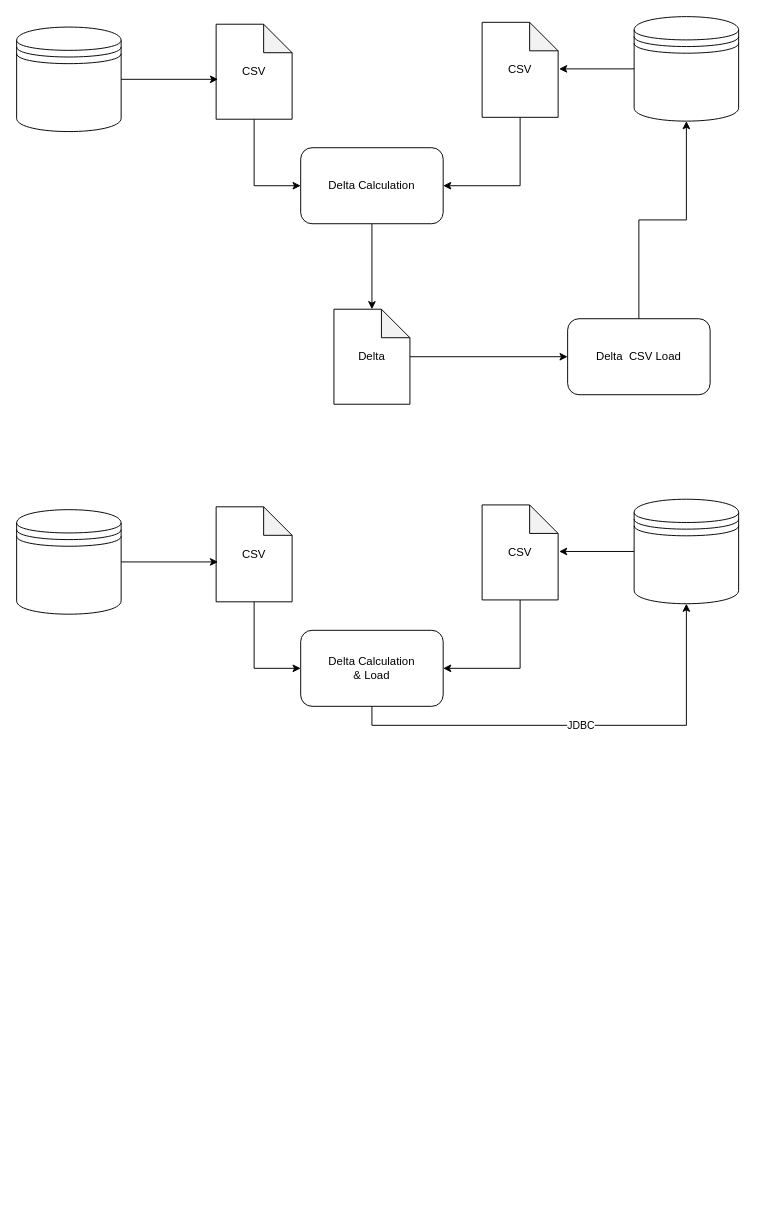
Before: Untitled Diagram.drawio in enns/drawio, a draw.io diagram. Source tidied: cells renumbered, new cells numbered last; positions are measured from the earlier drawing's top-left corner, leaving out a move shared by most shapes. Both pictures are drawn from the tidied source at 95%, with x=0, y=0 at pixel (16, 16).
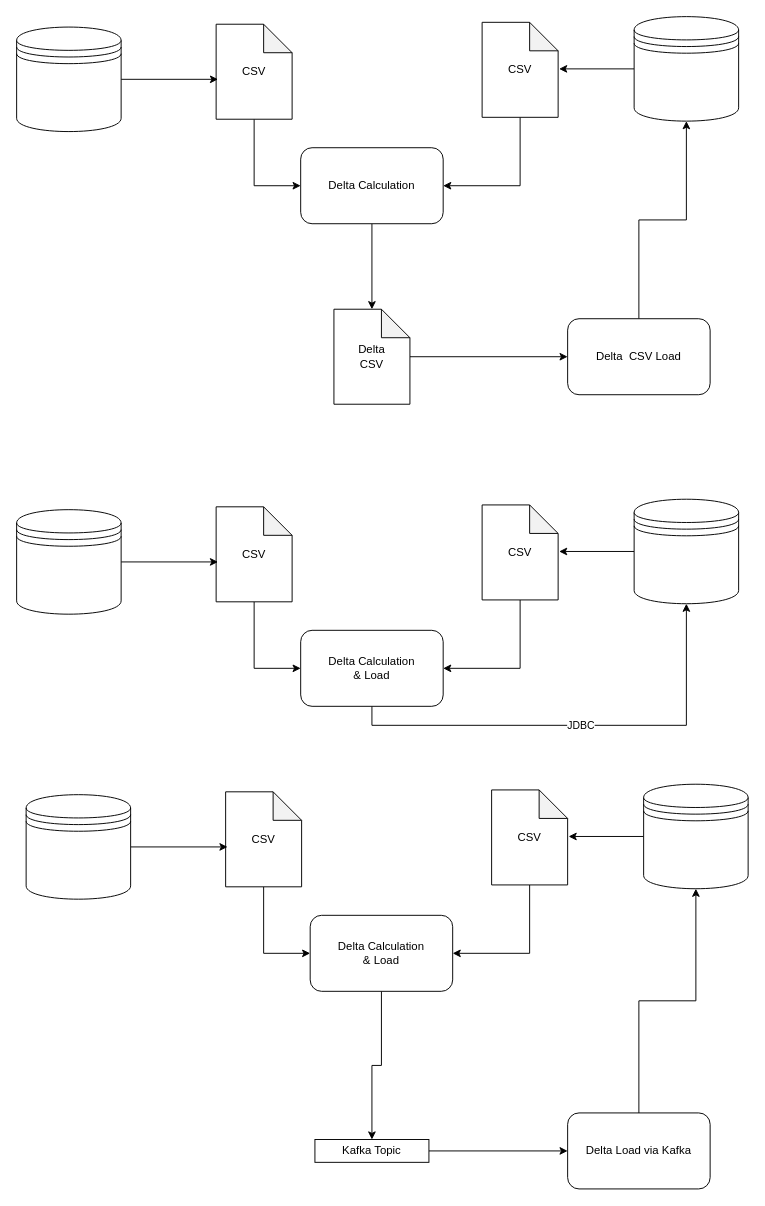
After the change.

The edit, as a diff of the source:
```diff
@@
-    <mxCell id="7" value="Delta" style="shape=note;whiteSpace=wrap;html=1;backgroundOutline=1;darkOpacity=0.05;" parent="1" vertex="1">
+    <mxCell id="7" value="Delta&lt;br&gt;CSV" style="shape=note;whiteSpace=wrap;html=1;backgroundOutline=1;darkOpacity=0.05;" parent="1" vertex="1">
       <mxGeometry x="334" y="308" width="80" height="100" as="geometry" />
     </mxCell>
@@
+    <mxCell id="26" style="edgeStyle=orthogonalEdgeStyle;rounded=0;jettySize=auto;html=1;entryX=0;entryY=0.5;entryDx=0;entryDy=0;exitX=0.5;exitY=1;exitDx=0;exitDy=0;exitPerimeter=0;" parent="1" edge="1" source="27" target="35">
+      <mxGeometry relative="1" as="geometry" />
+    </mxCell>
+    <mxCell id="27" value="CSV" style="shape=note;whiteSpace=wrap;html=1;backgroundOutline=1;darkOpacity=0.05;" parent="1" vertex="1">
+      <mxGeometry x="220" y="816" width="80" height="100" as="geometry" />
+    </mxCell>
+    <mxCell id="28" style="edgeStyle=orthogonalEdgeStyle;rounded=0;jettySize=auto;html=1;entryX=1;entryY=0.5;entryDx=0;entryDy=0;exitX=0.5;exitY=1;exitDx=0;exitDy=0;exitPerimeter=0;" parent="1" edge="1" source="29" target="35">
+      <mxGeometry relative="1" as="geometry" />
+    </mxCell>
+    <mxCell id="29" value="CSV" style="shape=note;whiteSpace=wrap;html=1;backgroundOutline=1;darkOpacity=0.05;" parent="1" vertex="1">
+      <mxGeometry x="500" y="814" width="80" height="100" as="geometry" />
+    </mxCell>
+    <mxCell id="30" style="edgeStyle=orthogonalEdgeStyle;rounded=0;jettySize=auto;html=1;entryX=0.025;entryY=0.58;entryDx=0;entryDy=0;entryPerimeter=0;" parent="1" edge="1" source="31" target="27">
+      <mxGeometry relative="1" as="geometry" />
+    </mxCell>
+    <mxCell id="31" style="shape=datastore;whiteSpace=wrap;html=1;" parent="1" vertex="1">
+      <mxGeometry x="10" y="819" width="110" height="110" as="geometry" />
+    </mxCell>
+    <mxCell id="32" style="edgeStyle=orthogonalEdgeStyle;rounded=0;jettySize=auto;html=1;entryX=1.013;entryY=0.49;entryDx=0;entryDy=0;entryPerimeter=0;" parent="1" edge="1" source="33" target="29">
+      <mxGeometry relative="1" as="geometry" />
+    </mxCell>
+    <mxCell id="33" style="shape=datastore;whiteSpace=wrap;html=1;" parent="1" vertex="1">
+      <mxGeometry x="660" y="808" width="110" height="110" as="geometry" />
+    </mxCell>
+    <mxCell id="34" style="edgeStyle=orthogonalEdgeStyle;rounded=0;jettySize=auto;html=1;entryX=0.5;entryY=0;entryDx=0;entryDy=0;" parent="1" edge="1" source="35" target="39">
+      <mxGeometry relative="1" as="geometry" />
+    </mxCell>
+    <mxCell id="35" value="Delta Calculation&lt;br&gt;&amp;amp; Load" style="rounded=1;whiteSpace=wrap;html=1;" parent="1" vertex="1">
+      <mxGeometry x="309" y="946" width="150" height="80" as="geometry" />
+    </mxCell>
+    <mxCell id="36" style="edgeStyle=orthogonalEdgeStyle;rounded=0;jettySize=auto;html=1;exitX=1;exitY=0.5;exitDx=0;exitDy=0;" parent="1" edge="1" source="39" target="38">
+      <mxGeometry relative="1" as="geometry" />
+    </mxCell>
+    <mxCell id="37" style="edgeStyle=orthogonalEdgeStyle;rounded=0;jettySize=auto;html=1;" parent="1" edge="1" source="38" target="33">
+      <mxGeometry relative="1" as="geometry" />
+    </mxCell>
+    <mxCell id="38" value="Delta Load via Kafka" style="rounded=1;whiteSpace=wrap;html=1;" parent="1" vertex="1">
+      <mxGeometry x="580" y="1154" width="150" height="80" as="geometry" />
+    </mxCell>
+    <mxCell id="39" value="Kafka Topic" style="rounded=0;whiteSpace=wrap;html=1;" parent="1" vertex="1">
+      <mxGeometry x="314" y="1182" width="120" height="24" as="geometry" />
+    </mxCell>
```
